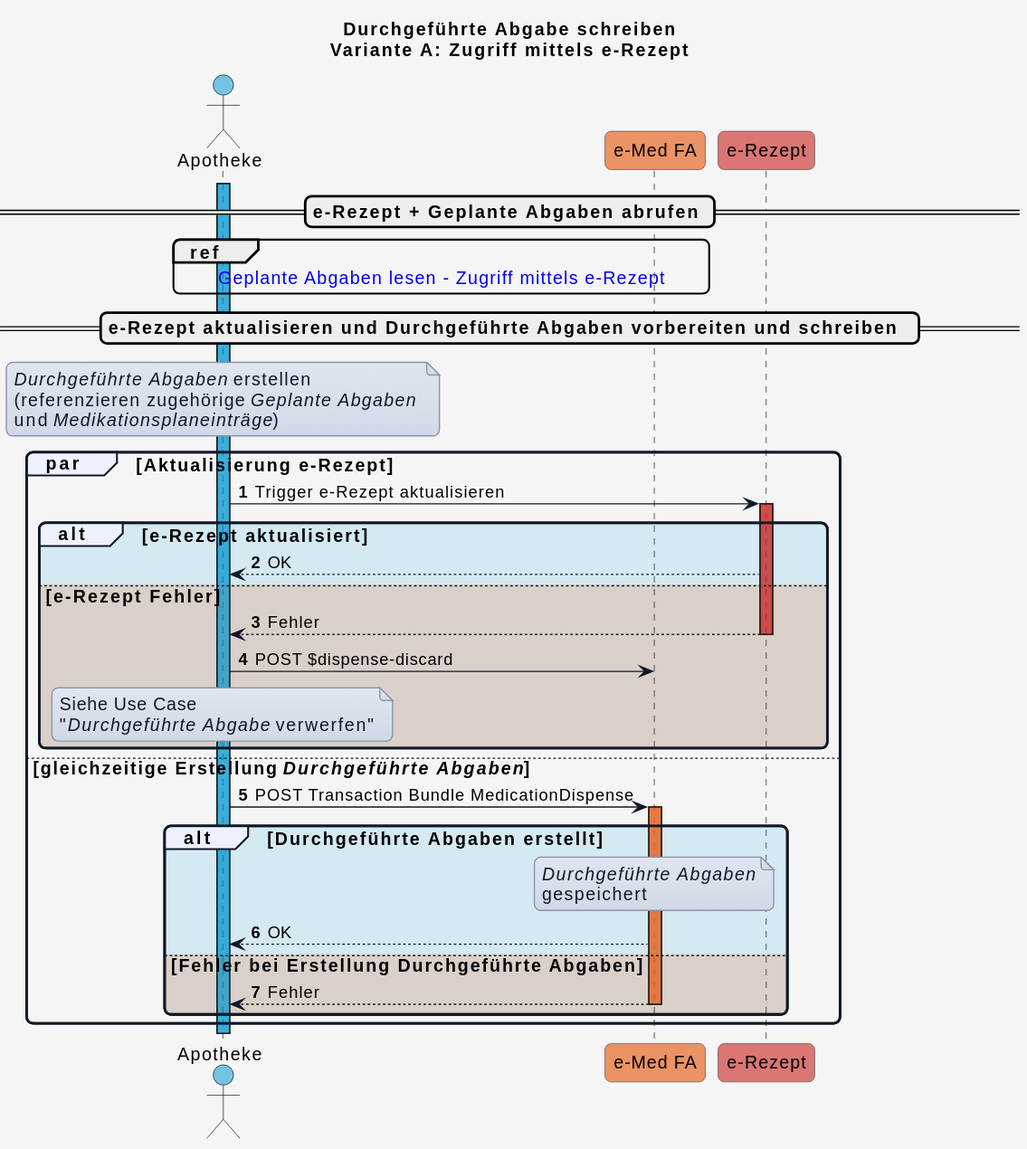
Before: input/images/plantuml/UC_eMed_09_01_b.svg, a diagram exported from PlantUML (HL7Austria/ELGA-e-Medikation-R4).
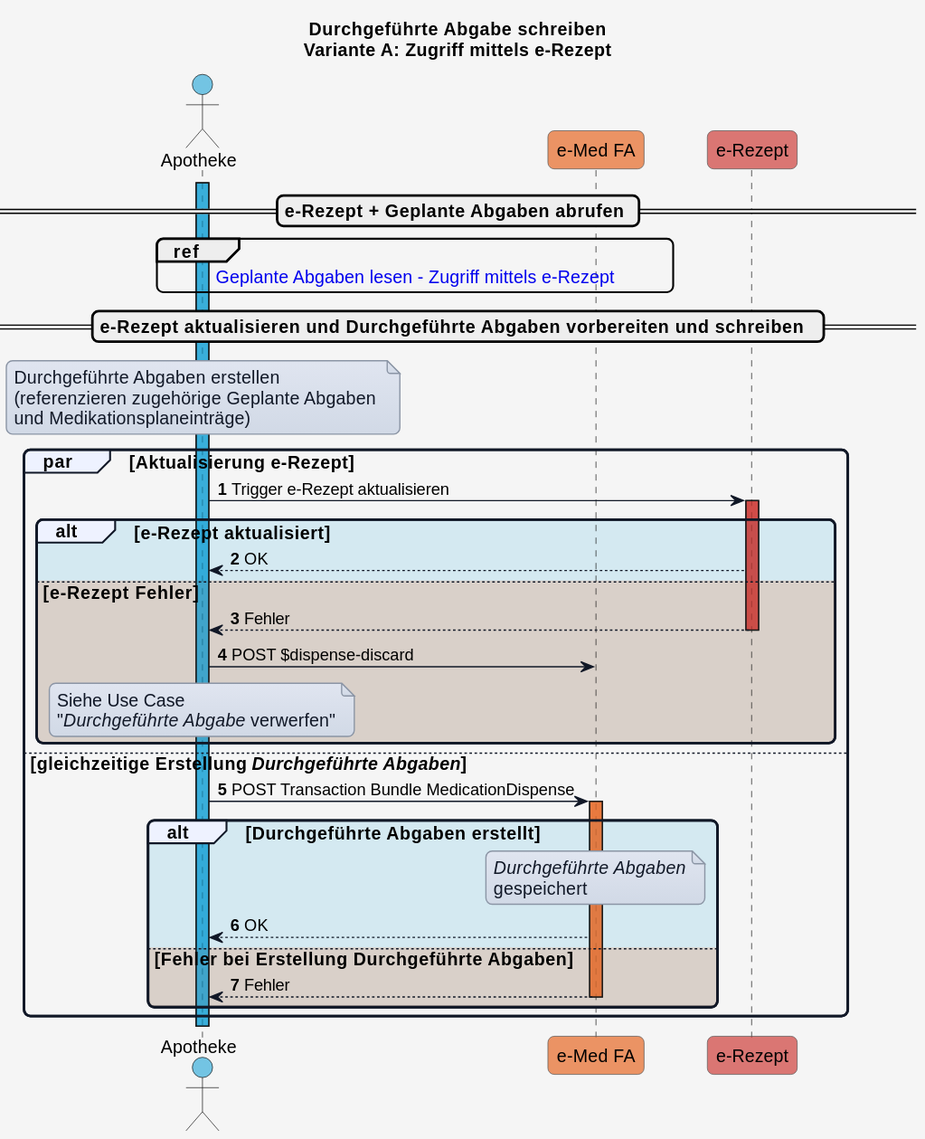
The same file after the commit.

Change to the diagram source:
```diff
@@ -64,9 +64,9 @@
 == e-Rezept aktualisieren und Durchgeführte Abgaben vorbereiten und schreiben  ==
 
 note over GDA_Apo
-<i>Durchgeführte Abgaben</i> erstellen
-(referenzieren zugehörige <i>Geplante Abgaben</i>
-und <i>Medikationsplaneinträge</i>)
+Durchgeführte Abgaben erstellen
+(referenzieren zugehörige Geplante Abgaben
+und Medikationsplaneinträge)
 end note
 
 
```
